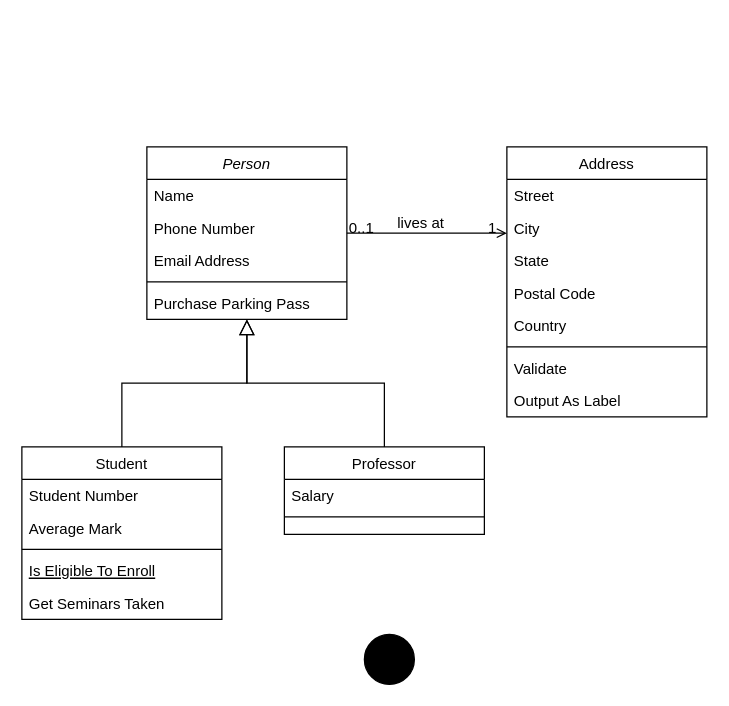
Earlier version of the draw.io diagram diagrams/Class-diagram.drawio (New-Premises-Group/microservice-ecom). Source tidied: cells renumbered, new cells numbered last; positions are measured from the earlier drawing's top-left corner, leaving out a move shared by most shapes. Both pictures are drawn from the tidied source at 125%, with x=0, y=0 at pixel (21, 146).
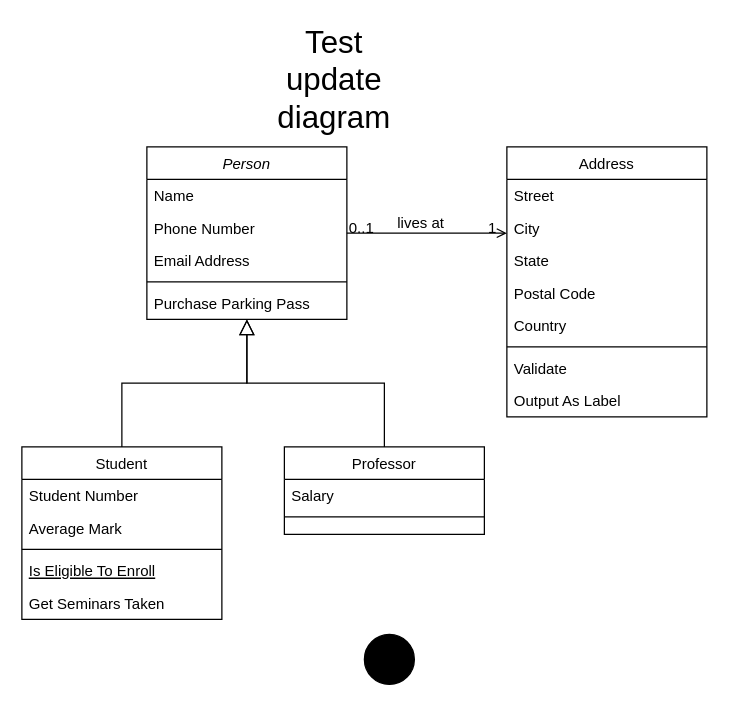
The same page after the edit.

Commit message:
Test update class diagram

Change to the diagram source:
```diff
@@
+    <mxCell id="33" value="&lt;font style=&quot;font-size: 25px;&quot;&gt;Test update diagram&lt;/font&gt;" style="text;html=1;strokeColor=none;fillColor=none;align=center;verticalAlign=middle;whiteSpace=wrap;rounded=0;" parent="1" vertex="1">
+      <mxGeometry x="220" y="-70" width="60" height="30" as="geometry" />
+    </mxCell>
```
